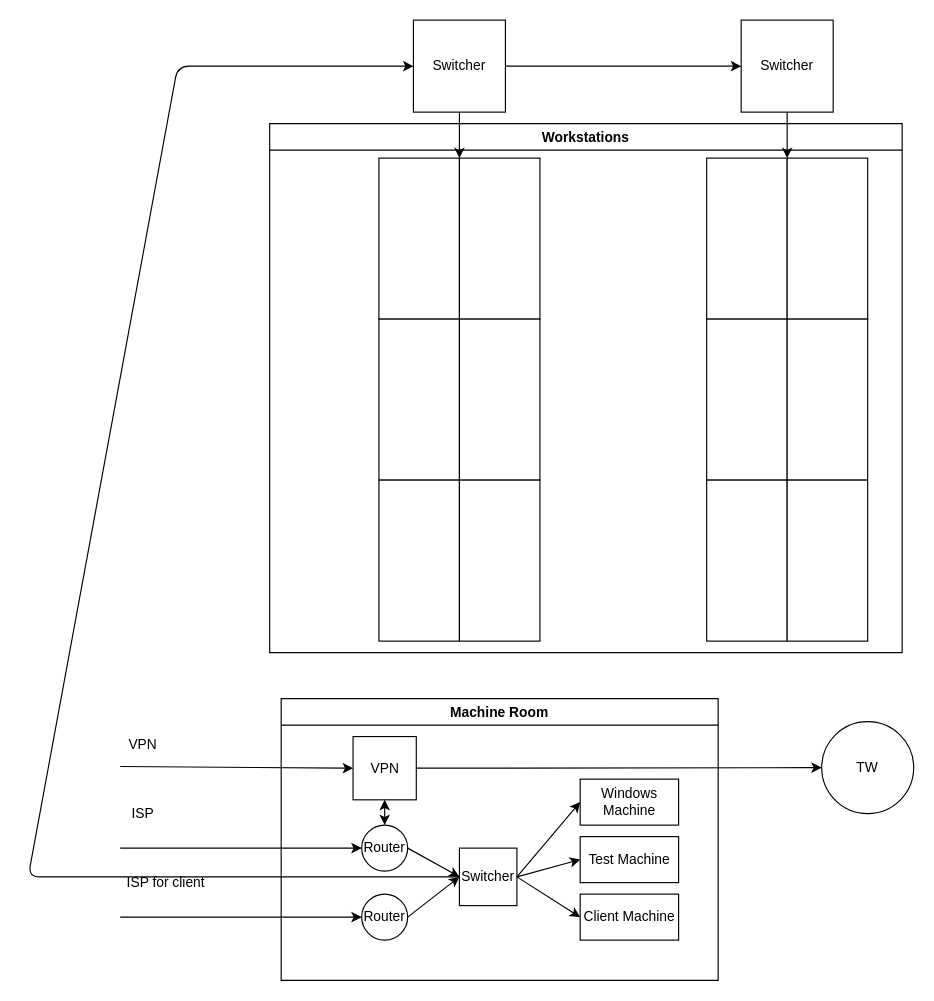
This is new office network overview.drawio from QAlexBall/diagrams, a draw.io file, before an edit. Source tidied: cells renumbered, new cells numbered last; positions are measured from the earlier drawing's top-left corner, leaving out a move shared by most shapes. Both pictures are drawn from the tidied source at 115%, with x=0, y=0 at pixel (28, 20).
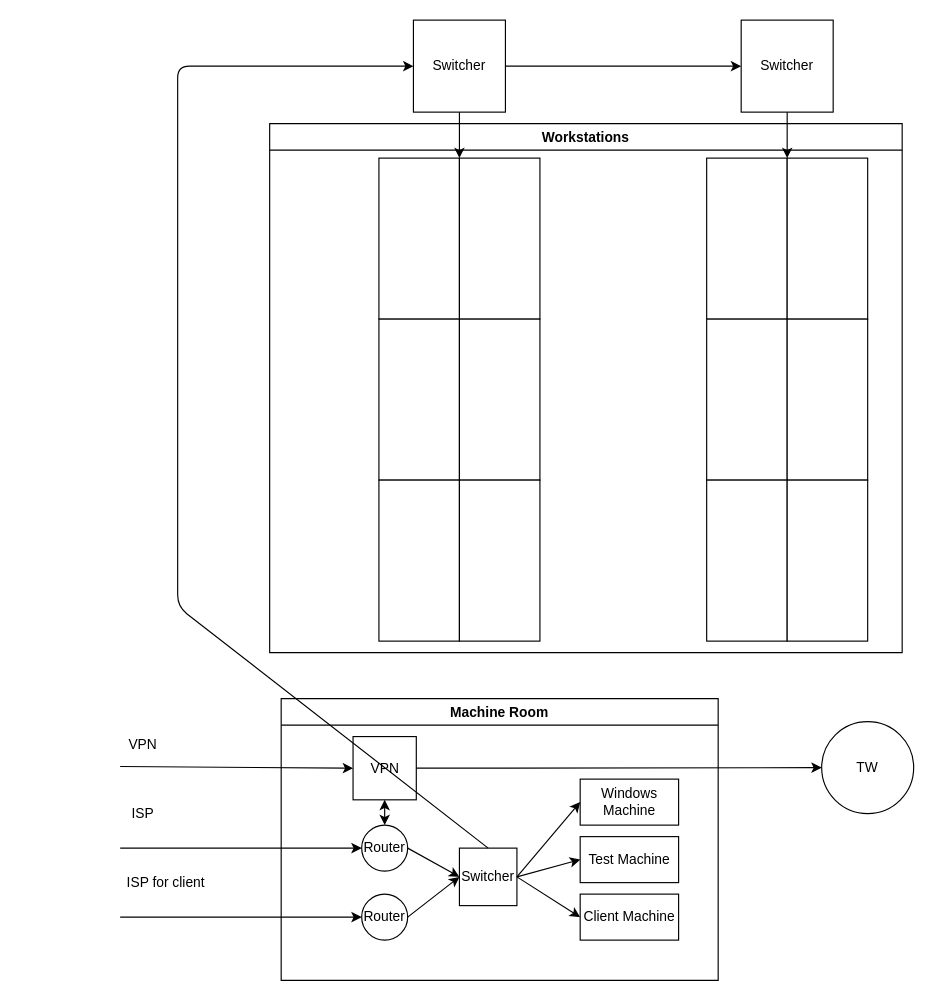
The same diagram, later.

Unchanged cells that the change refers to:
```xml
<mxCell id="10" value="Switcher" style="whiteSpace=wrap;html=1;fillColor=#FFFFFF;" parent="2" vertex="1">
  <mxGeometry x="155" y="130" width="50" height="50" as="geometry" />
</mxCell>
<mxCell id="22" value="Switcher" style="whiteSpace=wrap;html=1;fillColor=#FFFFFF;" parent="1" vertex="1">
  <mxGeometry x="335" width="80" height="80" as="geometry" />
</mxCell>
```

Diff of the diagram source:
```diff
@@
-    <mxCell id="23" style="endArrow=classic;html=1;exitX=0;exitY=0.5;exitDx=0;exitDy=0;entryX=0;entryY=0.5;entryDx=0;entryDy=0;" parent="1" edge="1" source="10" target="22">
+    <mxCell id="23" style="endArrow=classic;html=1;exitX=0.5;exitY=0;exitDx=0;exitDy=0;entryX=0;entryY=0.5;entryDx=0;entryDy=0;" parent="1" edge="1" source="10" target="22">
       <mxGeometry relative="1" as="geometry">
         <Array as="points">
-          <mxPoint y="745" />
+          <mxPoint x="130" y="510" />
           <mxPoint x="130" y="40" />
         </Array>
       </mxGeometry>
     </mxCell>
```
